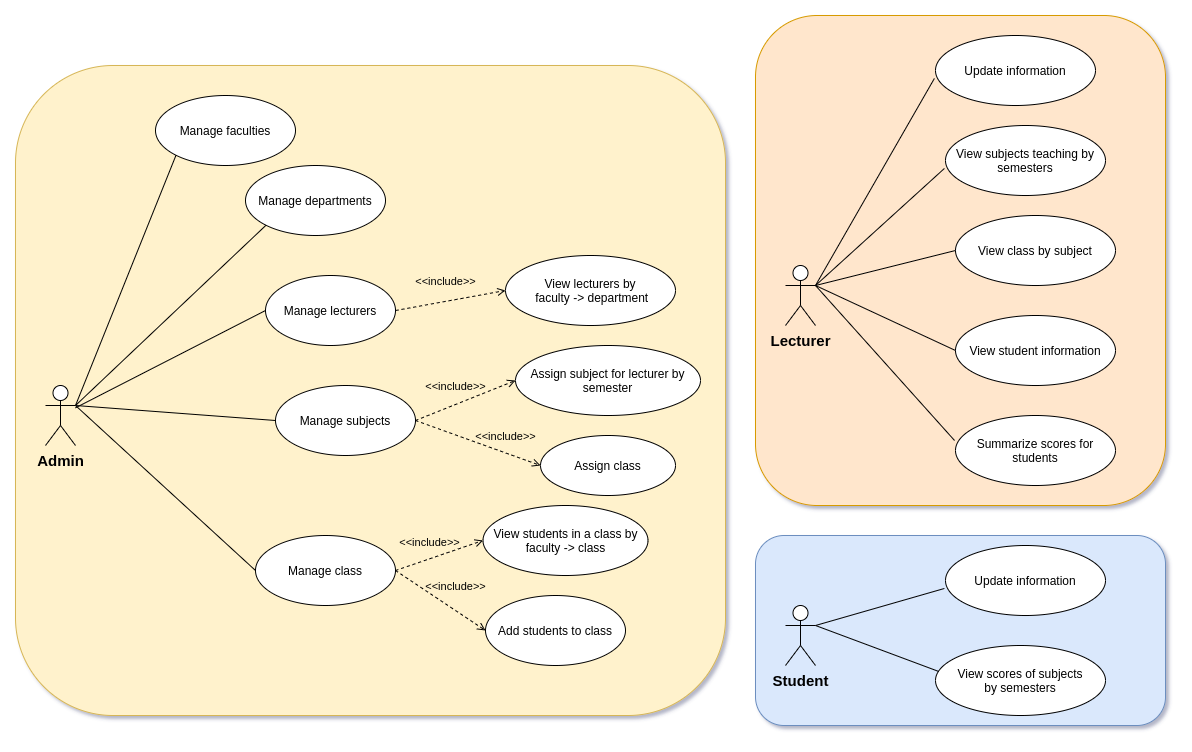
This is documents/UseCase.png from huyphuoc206/student-management, a draw.io export, as it was before one commit. Source tidied: cells renumbered, new cells last; positions are measured from the earlier drawing's top-left corner, leaving out a move shared by most shapes.
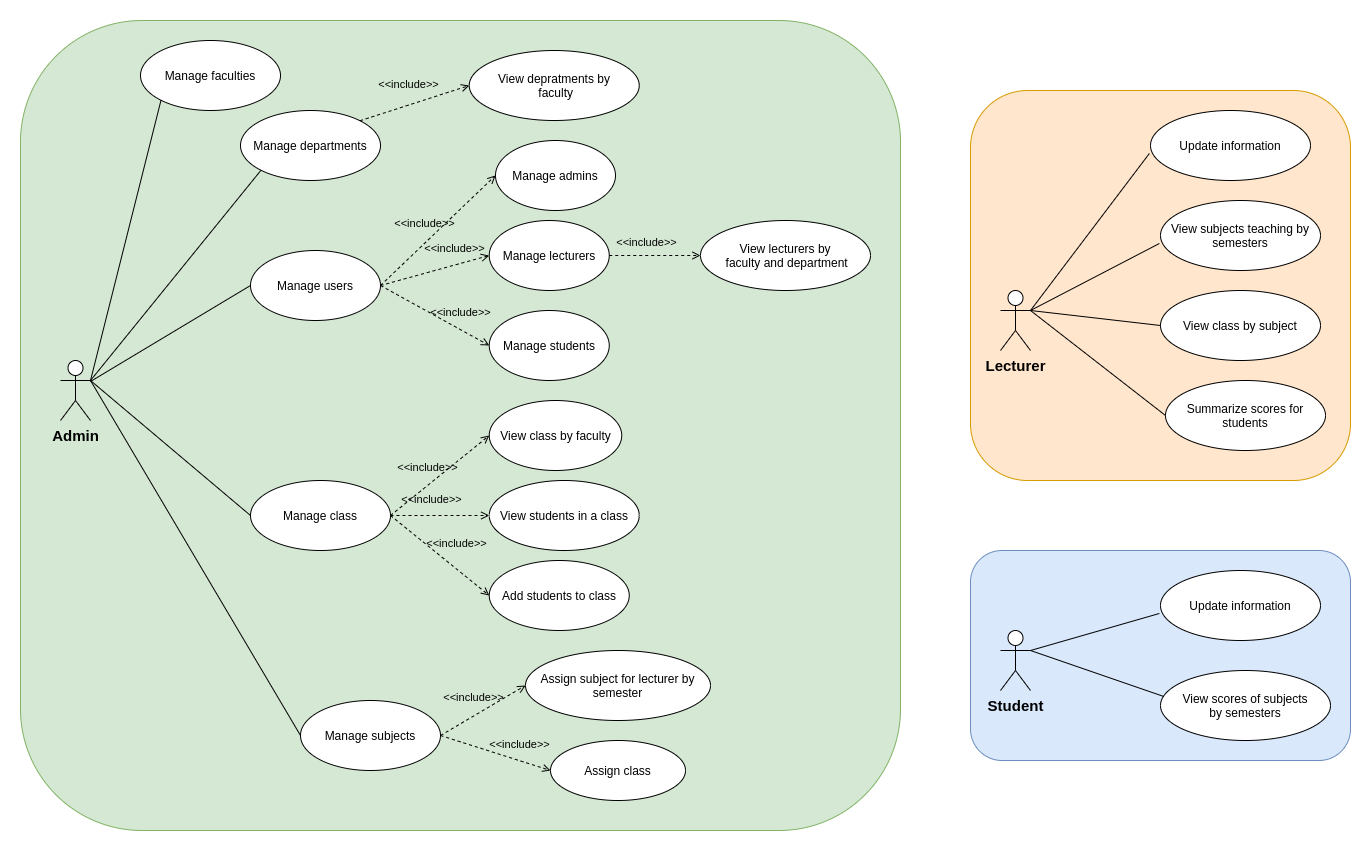
Later version of the same file.

The edit, as a diff of the source:
```diff
@@ -2,47 +2,47 @@
   <root>
     <mxCell id="0" />
     <mxCell id="1" parent="0" />
+    <mxCell id="42" style="rounded=1;whiteSpace=wrap;html=1;fillColor=#d5e8d4;strokeColor=#82b366;" parent="1" vertex="1">
+      <mxGeometry x="-280" y="30" width="880" height="810" as="geometry" />
+    </mxCell>
     <mxCell id="2" style="rounded=1;whiteSpace=wrap;html=1;fillColor=#dae8fc;strokeColor=#6c8ebf;" parent="1" vertex="1">
-      <mxGeometry x="740" y="520" width="410" height="190" as="geometry" />
+      <mxGeometry x="670" y="560" width="380" height="210" as="geometry" />
     </mxCell>
     <mxCell id="3" style="rounded=1;whiteSpace=wrap;html=1;fillColor=#ffe6cc;strokeColor=#d79b00;" parent="1" vertex="1">
-      <mxGeometry x="740" width="410" height="490" as="geometry" />
+      <mxGeometry x="670" y="100" width="380" height="390" as="geometry" />
     </mxCell>
-    <mxCell id="4" style="rounded=1;whiteSpace=wrap;html=1;fillColor=#fff2cc;strokeColor=#d6b656;" parent="1" vertex="1">
-      <mxGeometry y="50" width="710" height="650" as="geometry" />
-    </mxCell>
     <mxCell id="5" value="&lt;span&gt;Admin&lt;/span&gt;" style="shape=umlActor;verticalLabelPosition=bottom;verticalAlign=top;html=1;outlineConnect=0;fontSize=15;fontStyle=1;" parent="1" vertex="1">
-      <mxGeometry x="30" y="370" width="30" height="60" as="geometry" />
+      <mxGeometry x="-240" y="370" width="30" height="60" as="geometry" />
     </mxCell>
     <mxCell id="6" value="&lt;b&gt;Student&lt;/b&gt;" style="shape=umlActor;verticalLabelPosition=bottom;verticalAlign=top;html=1;outlineConnect=0;fontSize=15;" parent="1" vertex="1">
-      <mxGeometry x="770" y="590" width="30" height="60" as="geometry" />
+      <mxGeometry x="700" y="640" width="30" height="60" as="geometry" />
     </mxCell>
     <mxCell id="7" value="&lt;b&gt;Lecturer&lt;/b&gt;" style="shape=umlActor;verticalLabelPosition=bottom;verticalAlign=top;html=1;outlineConnect=0;fontSize=15;" parent="1" vertex="1">
-      <mxGeometry x="770" y="250" width="30" height="60" as="geometry" />
+      <mxGeometry x="700" y="300" width="30" height="60" as="geometry" />
     </mxCell>
-    <mxCell id="8" value="Manage lecturers" style="ellipse;whiteSpace=wrap;html=1;" parent="1" vertex="1">
-      <mxGeometry x="250" y="260" width="130" height="70" as="geometry" />
+    <mxCell id="8" value="Manage users" style="ellipse;whiteSpace=wrap;html=1;" parent="1" vertex="1">
+      <mxGeometry x="-50" y="260" width="130" height="70" as="geometry" />
     </mxCell>
     <mxCell id="9" style="edgeStyle=none;html=1;endArrow=none;verticalAlign=bottom;entryX=0;entryY=0.5;entryDx=0;entryDy=0;" parent="1" edge="1" source="5" target="8">
       <mxGeometry relative="1" as="geometry" />
     </mxCell>
     <mxCell id="10" value="Manage class" style="ellipse;whiteSpace=wrap;html=1;" parent="1" vertex="1">
-      <mxGeometry x="240" y="520" width="140" height="70" as="geometry" />
+      <mxGeometry x="-50" y="490" width="140" height="70" as="geometry" />
     </mxCell>
     <mxCell id="11" style="edgeStyle=none;html=1;endArrow=none;verticalAlign=bottom;entryX=0;entryY=0.5;entryDx=0;entryDy=0;exitX=1;exitY=0.3333333333333333;exitDx=0;exitDy=0;exitPerimeter=0;" parent="1" edge="1" source="5" target="10">
       <mxGeometry relative="1" as="geometry" />
     </mxCell>
     <mxCell id="12" value="Add students to class" style="ellipse;whiteSpace=wrap;html=1;" parent="1" vertex="1">
-      <mxGeometry x="470" y="580" width="140" height="70" as="geometry" />
+      <mxGeometry x="188.8" y="570" width="140" height="70" as="geometry" />
     </mxCell>
-    <mxCell id="13" value="View students in a class by faculty -&amp;gt; class" style="ellipse;whiteSpace=wrap;html=1;" parent="1" vertex="1">
-      <mxGeometry x="467.5" y="490" width="165" height="70" as="geometry" />
+    <mxCell id="13" value="View students in a class" style="ellipse;whiteSpace=wrap;html=1;" parent="1" vertex="1">
+      <mxGeometry x="188.8" y="490" width="150" height="70" as="geometry" />
     </mxCell>
     <mxCell id="14" value="&amp;lt;&amp;lt;include&amp;gt;&amp;gt;" style="edgeStyle=none;html=1;endArrow=open;verticalAlign=bottom;dashed=1;labelBackgroundColor=none;exitX=1;exitY=0.5;exitDx=0;exitDy=0;entryX=0;entryY=0.5;entryDx=0;entryDy=0;" parent="1" edge="1" source="10" target="13">
       <mxGeometry x="-0.17" y="7" relative="1" as="geometry" />
     </mxCell>
     <mxCell id="15" value="Manage subjects" style="ellipse;whiteSpace=wrap;html=1;" parent="1" vertex="1">
-      <mxGeometry x="260" y="370" width="140" height="70" as="geometry" />
+      <mxGeometry y="710" width="140" height="70" as="geometry" />
     </mxCell>
     <mxCell id="16" style="edgeStyle=none;html=1;endArrow=none;verticalAlign=bottom;entryX=0;entryY=0.5;entryDx=0;entryDy=0;exitX=1;exitY=0.3333333333333333;exitDx=0;exitDy=0;exitPerimeter=0;" parent="1" edge="1" source="5" target="15">
       <mxGeometry relative="1" as="geometry" />
@@ -56,55 +56,49 @@
       <mxGeometry x="-0.14" y="8" relative="1" as="geometry" />
     </mxCell>
     <mxCell id="19" value="Assign subject for lecturer by semester" style="ellipse;whiteSpace=wrap;html=1;" parent="1" vertex="1">
-      <mxGeometry x="500" y="330" width="185" height="70" as="geometry" />
+      <mxGeometry x="225" y="660" width="185" height="70" as="geometry" />
     </mxCell>
     <mxCell id="20" value="Assign class" style="ellipse;whiteSpace=wrap;html=1;" parent="1" vertex="1">
-      <mxGeometry x="525" y="420" width="135" height="60" as="geometry" />
+      <mxGeometry x="250" y="750" width="135" height="60" as="geometry" />
     </mxCell>
     <mxCell id="21" value="&amp;lt;&amp;lt;include&amp;gt;&amp;gt;" style="edgeStyle=none;html=1;endArrow=open;verticalAlign=bottom;dashed=1;labelBackgroundColor=none;exitX=1;exitY=0.5;exitDx=0;exitDy=0;entryX=0;entryY=0.5;entryDx=0;entryDy=0;" parent="1" edge="1" source="15" target="20">
       <mxGeometry x="0.4" y="7" relative="1" as="geometry" />
     </mxCell>
     <mxCell id="22" value="View subjects teaching by semesters" style="ellipse;whiteSpace=wrap;html=1;" parent="1" vertex="1">
-      <mxGeometry x="930" y="110" width="160" height="70" as="geometry" />
+      <mxGeometry x="860" y="210" width="160" height="70" as="geometry" />
     </mxCell>
     <mxCell id="23" style="edgeStyle=none;html=1;endArrow=none;verticalAlign=bottom;entryX=-0.007;entryY=0.614;entryDx=0;entryDy=0;entryPerimeter=0;exitX=1;exitY=0.3333333333333333;exitDx=0;exitDy=0;exitPerimeter=0;" parent="1" edge="1" source="7" target="22">
       <mxGeometry relative="1" as="geometry" />
     </mxCell>
     <mxCell id="24" value="View class by subject" style="ellipse;whiteSpace=wrap;html=1;" parent="1" vertex="1">
-      <mxGeometry x="940" y="200" width="160" height="70" as="geometry" />
+      <mxGeometry x="860" y="300" width="160" height="70" as="geometry" />
     </mxCell>
     <mxCell id="25" style="edgeStyle=none;html=1;endArrow=none;verticalAlign=bottom;entryX=0;entryY=0.5;entryDx=0;entryDy=0;exitX=1;exitY=0.3333333333333333;exitDx=0;exitDy=0;exitPerimeter=0;" parent="1" edge="1" source="7" target="24">
       <mxGeometry relative="1" as="geometry" />
     </mxCell>
     <mxCell id="26" value="Summarize scores for students" style="ellipse;whiteSpace=wrap;html=1;" parent="1" vertex="1">
-      <mxGeometry x="940" y="400" width="160" height="70" as="geometry" />
+      <mxGeometry x="865" y="390" width="160" height="70" as="geometry" />
     </mxCell>
-    <mxCell id="27" style="edgeStyle=none;html=1;endArrow=none;verticalAlign=bottom;entryX=-0.006;entryY=0.357;entryDx=0;entryDy=0;entryPerimeter=0;exitX=1;exitY=0.3333333333333333;exitDx=0;exitDy=0;exitPerimeter=0;" parent="1" edge="1" source="7" target="26">
+    <mxCell id="27" style="edgeStyle=none;html=1;endArrow=none;verticalAlign=bottom;entryX=0;entryY=0.5;entryDx=0;entryDy=0;exitX=1;exitY=0.3333333333333333;exitDx=0;exitDy=0;exitPerimeter=0;" parent="1" edge="1" source="7" target="26">
       <mxGeometry relative="1" as="geometry" />
     </mxCell>
-    <mxCell id="28" value="View student information" style="ellipse;whiteSpace=wrap;html=1;" parent="1" vertex="1">
-      <mxGeometry x="940" y="300" width="160" height="70" as="geometry" />
-    </mxCell>
-    <mxCell id="29" style="edgeStyle=none;html=1;endArrow=none;verticalAlign=bottom;entryX=0;entryY=0.5;entryDx=0;entryDy=0;exitX=1;exitY=0.3333333333333333;exitDx=0;exitDy=0;exitPerimeter=0;" parent="1" edge="1" source="7" target="28">
-      <mxGeometry relative="1" as="geometry" />
-    </mxCell>
     <mxCell id="30" value="Update information" style="ellipse;whiteSpace=wrap;html=1;" parent="1" vertex="1">
-      <mxGeometry x="930" y="530" width="160" height="70" as="geometry" />
+      <mxGeometry x="860" y="580" width="160" height="70" as="geometry" />
     </mxCell>
     <mxCell id="31" style="edgeStyle=none;html=1;endArrow=none;verticalAlign=bottom;entryX=-0.007;entryY=0.614;entryDx=0;entryDy=0;entryPerimeter=0;exitX=1;exitY=0.3333333333333333;exitDx=0;exitDy=0;exitPerimeter=0;" parent="1" edge="1" source="6" target="30">
       <mxGeometry relative="1" as="geometry" />
     </mxCell>
     <mxCell id="32" value="View scores of subjects by&amp;nbsp;semesters" style="ellipse;whiteSpace=wrap;html=1;" parent="1" vertex="1">
-      <mxGeometry x="920" y="630" width="170" height="70" as="geometry" />
+      <mxGeometry x="860" y="680" width="170" height="70" as="geometry" />
     </mxCell>
     <mxCell id="33" style="edgeStyle=none;html=1;endArrow=none;verticalAlign=bottom;entryX=0.019;entryY=0.371;entryDx=0;entryDy=0;entryPerimeter=0;exitX=1;exitY=0.3333333333333333;exitDx=0;exitDy=0;exitPerimeter=0;" parent="1" edge="1" source="6" target="32">
       <mxGeometry relative="1" as="geometry" />
     </mxCell>
     <mxCell id="34" value="Manage faculties" style="ellipse;whiteSpace=wrap;html=1;" parent="1" vertex="1">
-      <mxGeometry x="140" y="80" width="140" height="70" as="geometry" />
+      <mxGeometry x="-160" y="50" width="140" height="70" as="geometry" />
     </mxCell>
     <mxCell id="35" value="Manage departments" style="ellipse;whiteSpace=wrap;html=1;" parent="1" vertex="1">
-      <mxGeometry x="230" y="150" width="140" height="70" as="geometry" />
+      <mxGeometry x="-60" y="120" width="140" height="70" as="geometry" />
     </mxCell>
     <mxCell id="36" style="edgeStyle=none;html=1;endArrow=none;verticalAlign=bottom;entryX=0;entryY=1;entryDx=0;entryDy=0;exitX=1;exitY=0.3333333333333333;exitDx=0;exitDy=0;exitPerimeter=0;" parent="1" edge="1" source="5" target="34">
       <mxGeometry relative="1" as="geometry" />
@@ -112,17 +106,49 @@
     <mxCell id="37" style="edgeStyle=none;html=1;endArrow=none;verticalAlign=bottom;entryX=0;entryY=1;entryDx=0;entryDy=0;exitX=1;exitY=0.3333333333333333;exitDx=0;exitDy=0;exitPerimeter=0;" parent="1" edge="1" source="5" target="35">
       <mxGeometry relative="1" as="geometry" />
     </mxCell>
-    <mxCell id="38" value="View lecturers by&lt;br&gt;&amp;nbsp;faculty -&amp;gt; department" style="ellipse;whiteSpace=wrap;html=1;" parent="1" vertex="1">
-      <mxGeometry x="490" y="240" width="170" height="70" as="geometry" />
+    <mxCell id="38" value="View lecturers by&lt;br&gt;&amp;nbsp;faculty and department" style="ellipse;whiteSpace=wrap;html=1;" parent="1" vertex="1">
+      <mxGeometry x="400" y="230" width="170" height="70" as="geometry" />
     </mxCell>
-    <mxCell id="39" value="&amp;lt;&amp;lt;include&amp;gt;&amp;gt;" style="edgeStyle=none;html=1;endArrow=open;verticalAlign=bottom;dashed=1;labelBackgroundColor=none;exitX=1;exitY=0.5;exitDx=0;exitDy=0;entryX=0;entryY=0.5;entryDx=0;entryDy=0;" parent="1" edge="1" source="8" target="38">
-      <mxGeometry x="-0.06" y="11" relative="1" as="geometry" />
-    </mxCell>
     <mxCell id="40" value="Update information" style="ellipse;whiteSpace=wrap;html=1;" parent="1" vertex="1">
-      <mxGeometry x="920" y="20" width="160" height="70" as="geometry" />
+      <mxGeometry x="850" y="120" width="160" height="70" as="geometry" />
     </mxCell>
     <mxCell id="41" style="edgeStyle=none;html=1;endArrow=none;verticalAlign=bottom;entryX=-0.007;entryY=0.614;entryDx=0;entryDy=0;entryPerimeter=0;exitX=1;exitY=0.3333333333333333;exitDx=0;exitDy=0;exitPerimeter=0;" parent="1" edge="1" source="7" target="40">
       <mxGeometry relative="1" as="geometry" />
     </mxCell>
+    <mxCell id="43" value="View depratments by&lt;br&gt;&amp;nbsp;faculty" style="ellipse;whiteSpace=wrap;html=1;" parent="1" vertex="1">
+      <mxGeometry x="168.8" y="60" width="170" height="70" as="geometry" />
+    </mxCell>
+    <mxCell id="44" value="&amp;lt;&amp;lt;include&amp;gt;&amp;gt;" style="edgeStyle=none;html=1;endArrow=open;verticalAlign=bottom;dashed=1;labelBackgroundColor=none;exitX=1;exitY=0;exitDx=0;exitDy=0;entryX=0;entryY=0.5;entryDx=0;entryDy=0;" parent="1" edge="1" source="35" target="43">
+      <mxGeometry x="-0.06" y="11" relative="1" as="geometry" />
+    </mxCell>
+    <mxCell id="45" value="&amp;lt;&amp;lt;include&amp;gt;&amp;gt;" style="edgeStyle=none;html=1;endArrow=open;verticalAlign=bottom;dashed=1;labelBackgroundColor=none;exitX=1;exitY=0.5;exitDx=0;exitDy=0;entryX=0;entryY=0.5;entryDx=0;entryDy=0;" parent="1" edge="1" source="8" target="47">
+      <mxGeometry x="-0.14" y="8" relative="1" as="geometry" />
+    </mxCell>
+    <mxCell id="46" value="&amp;lt;&amp;lt;include&amp;gt;&amp;gt;" style="edgeStyle=none;html=1;endArrow=open;verticalAlign=bottom;dashed=1;labelBackgroundColor=none;exitX=1;exitY=0.5;exitDx=0;exitDy=0;entryX=0;entryY=0.5;entryDx=0;entryDy=0;" parent="1" edge="1" source="8" target="48">
+      <mxGeometry x="0.4" y="7" relative="1" as="geometry" />
+    </mxCell>
+    <mxCell id="47" value="Manage admins" style="ellipse;whiteSpace=wrap;html=1;" parent="1" vertex="1">
+      <mxGeometry x="195" y="150" width="120" height="70" as="geometry" />
+    </mxCell>
+    <mxCell id="48" value="Manage lecturers" style="ellipse;whiteSpace=wrap;html=1;" parent="1" vertex="1">
+      <mxGeometry x="188.8" y="230" width="120" height="70" as="geometry" />
+    </mxCell>
+    <mxCell id="49" value="&amp;lt;&amp;lt;include&amp;gt;&amp;gt;" style="edgeStyle=none;html=1;endArrow=open;verticalAlign=bottom;dashed=1;labelBackgroundColor=none;exitX=1;exitY=0.5;exitDx=0;exitDy=0;entryX=0;entryY=0.5;entryDx=0;entryDy=0;" parent="1" edge="1" source="48" target="38">
+      <mxGeometry x="-0.22" y="4" relative="1" as="geometry">
+        <mxPoint x="1" as="offset" />
+      </mxGeometry>
+    </mxCell>
+    <mxCell id="50" value="View class by faculty" style="ellipse;whiteSpace=wrap;html=1;" parent="1" vertex="1">
+      <mxGeometry x="188.8" y="410" width="132.5" height="70" as="geometry" />
+    </mxCell>
+    <mxCell id="51" value="&amp;lt;&amp;lt;include&amp;gt;&amp;gt;" style="edgeStyle=none;html=1;endArrow=open;verticalAlign=bottom;dashed=1;labelBackgroundColor=none;exitX=1;exitY=0.5;exitDx=0;exitDy=0;entryX=0;entryY=0.5;entryDx=0;entryDy=0;" parent="1" edge="1" source="10" target="50">
+      <mxGeometry x="-0.17" y="7" relative="1" as="geometry" />
+    </mxCell>
+    <mxCell id="52" value="&amp;lt;&amp;lt;include&amp;gt;&amp;gt;" style="edgeStyle=none;html=1;endArrow=open;verticalAlign=bottom;dashed=1;labelBackgroundColor=none;exitX=1;exitY=0.5;exitDx=0;exitDy=0;entryX=0;entryY=0.5;entryDx=0;entryDy=0;" parent="1" edge="1" source="8" target="53">
+      <mxGeometry x="0.4" y="7" relative="1" as="geometry" />
+    </mxCell>
+    <mxCell id="53" value="Manage students" style="ellipse;whiteSpace=wrap;html=1;" parent="1" vertex="1">
+      <mxGeometry x="188.8" y="320" width="120" height="70" as="geometry" />
+    </mxCell>
   </root>
 </mxGraphModel>
```
